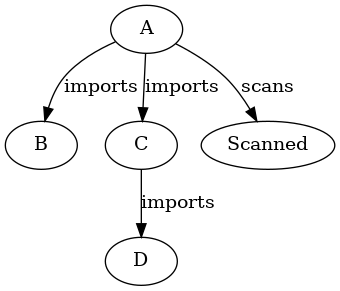
This is example.png from rudsvar/spring-visualizer, a Graphviz export, as it was before one commit. Its source is kept beside it as example.dot.
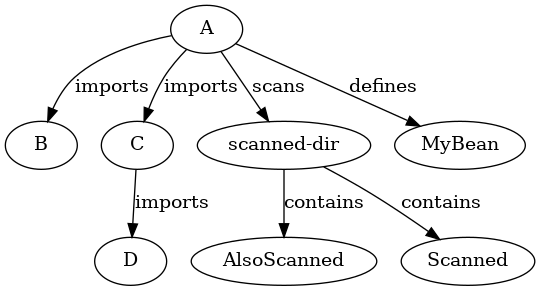
After the commit.

Diff of the diagram source:
```diff
@@ -1,6 +1,9 @@
 digraph Components {
-    A -> B [label="imports"];
-    A -> C [label="imports"];
-    A -> Scanned [label="scans"];
-    C -> D [label="imports"];
+    "A" -> "B" [label="imports"];
+    "A" -> "C" [label="imports"];
+    "A" -> "scanned-dir" [label="scans"];
+    "scanned-dir" -> "AlsoScanned" [label="contains"];
+    "scanned-dir" -> "Scanned" [label="contains"];
+    A -> MyBean [label=defines]
+    "C" -> "D" [label="imports"];
 }
```
